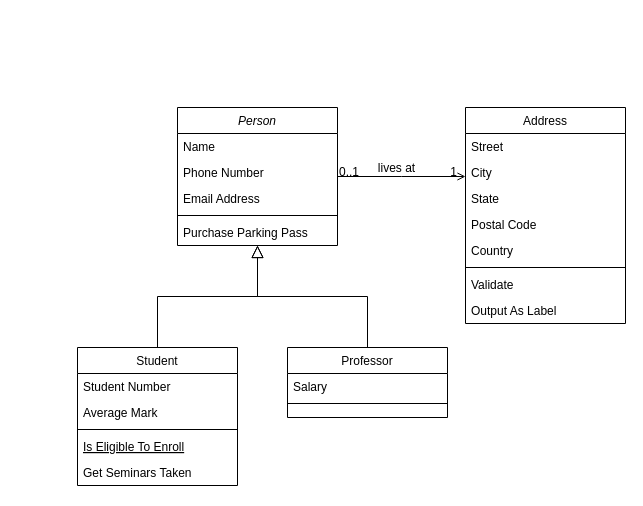
Before: Untitled Diagram.drawio in Ebi27/Search-Engine, a draw.io diagram. Source tidied: cells renumbered, new cells numbered last; positions are measured from the earlier drawing's top-left corner, leaving out a move shared by most shapes. Both pictures are drawn from the tidied source at 100%, with x=0, y=0 at pixel (77, 107).
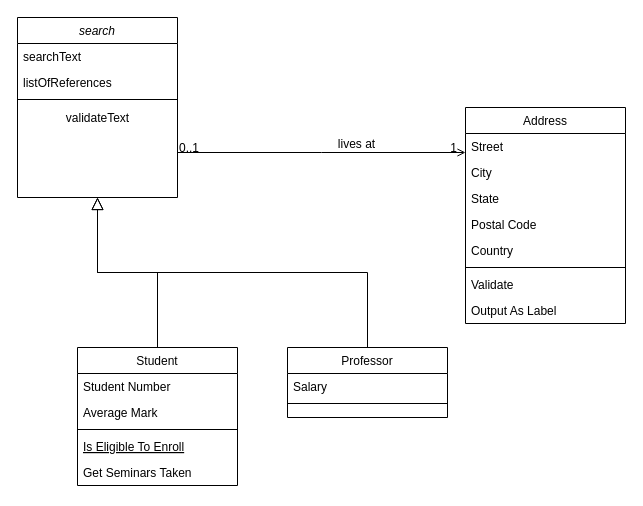
The same diagram, later.

Commit message:
Class Diagram.

What changed in the source:
```diff
@@
-    <mxCell id="2" value="Person" style="swimlane;fontStyle=2;align=center;verticalAlign=top;horizontal=1;startSize=26;rounded=0;shadow=0;strokeWidth=1;" parent="1" vertex="1">
-      <mxGeometry x="100" width="160" height="138" as="geometry" />
+    <mxCell id="2" value="search" style="swimlane;fontStyle=2;align=center;verticalAlign=top;horizontal=1;startSize=26;rounded=0;shadow=0;strokeWidth=1;" parent="1" vertex="1">
+      <mxGeometry x="-60" y="-90" width="160" height="180" as="geometry" />
     </mxCell>
-    <mxCell id="3" value="Name" style="text;align=left;verticalAlign=top;spacingLeft=4;spacingRight=4;overflow=hidden;" parent="2" vertex="1">
+    <mxCell id="3" value="searchText" style="text;align=left;verticalAlign=top;spacingLeft=4;spacingRight=4;overflow=hidden;" parent="2" vertex="1">
       <mxGeometry y="26" width="160" height="26" as="geometry" />
     </mxCell>
-    <mxCell id="4" value="Phone Number" style="text;align=left;verticalAlign=top;spacingLeft=4;spacingRight=4;overflow=hidden;rounded=0;shadow=0;html=0;" parent="2" vertex="1">
+    <mxCell id="4" value="listOfReferences" style="text;align=left;verticalAlign=top;spacingLeft=4;spacingRight=4;overflow=hidden;rounded=0;shadow=0;html=0;" parent="2" vertex="1">
       <mxGeometry y="52" width="160" height="26" as="geometry" />
     </mxCell>
-    <mxCell id="5" value="Email Address" style="text;align=left;verticalAlign=top;spacingLeft=4;spacingRight=4;overflow=hidden;rounded=0;shadow=0;html=0;" parent="2" vertex="1">
-      <mxGeometry y="78" width="160" height="26" as="geometry" />
-    </mxCell>
     <mxCell id="6" style="line;html=1;strokeWidth=1;align=left;verticalAlign=middle;spacingTop=-1;spacingLeft=3;spacingRight=3;labelPosition=right;" parent="2" vertex="1">
-      <mxGeometry y="104" width="160" height="8" as="geometry" />
+      <mxGeometry y="78" width="160" height="8" as="geometry" />
     </mxCell>
-    <mxCell id="7" value="Purchase Parking Pass" style="text;align=left;verticalAlign=top;spacingLeft=4;spacingRight=4;overflow=hidden;" parent="2" vertex="1">
-      <mxGeometry y="112" width="160" height="26" as="geometry" />
-    </mxCell>
+    <mxCell id="32" value="validateText&lt;br&gt;" style="text;html=1;align=center;verticalAlign=middle;fillColor=none;strokeColor=none;rounded=0;" parent="2" vertex="1">
+      <mxGeometry y="86" width="160" height="30" as="geometry" />
+    </mxCell>
```
